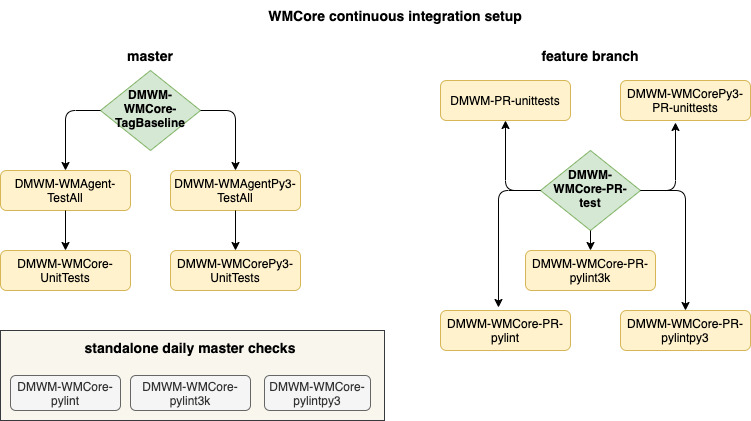
This is doc/wmcore/WMCore_Jenkins.png from dmwm/WMCore, a draw.io export, as it was before one commit. Source tidied: cells renumbered, new cells last; positions are measured from the earlier drawing's top-left corner, leaving out a move shared by most shapes.
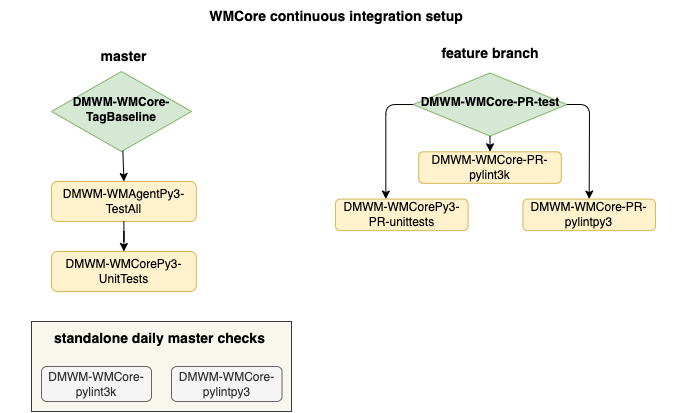
The same diagram one commit later.

Commit message:
Update diagrams and contribution documentation for end of support for Py2

What changed in the source:
```diff
@@ -3,121 +3,82 @@
     <mxCell id="0" />
     <mxCell id="1" parent="0" />
     <mxCell id="2" style="group;" parent="1" vertex="1">
-      <mxGeometry y="40" width="300" height="250" as="geometry" />
+      <mxGeometry x="90" y="40" width="230" height="250" as="geometry" />
     </mxCell>
+    <mxCell id="34" style="group;" parent="2" vertex="1">
+      <mxGeometry x="20" width="144.8" height="250" as="geometry" />
+    </mxCell>
-    <mxCell id="3" value="&lt;b&gt;DMWM-WMCore-TagBaseline&lt;/b&gt;" style="rhombus;whiteSpace=wrap;html=1;shadow=0;fontFamily=Helvetica;fontSize=12;align=center;strokeWidth=1;spacing=6;spacingTop=-4;fillColor=#d5e8d4;strokeColor=#82b366;" parent="2" vertex="1">
-      <mxGeometry x="100" y="30" width="100" height="80" as="geometry" />
+    <mxCell id="3" value="&lt;b&gt;DMWM-WMCore-TagBaseline&lt;/b&gt;" style="rhombus;whiteSpace=wrap;html=1;shadow=0;fontFamily=Helvetica;fontSize=12;align=center;strokeWidth=1;spacing=6;spacingTop=-4;fillColor=#d5e8d4;strokeColor=#82b366;" parent="34" vertex="1">
+      <mxGeometry y="30" width="140" height="80" as="geometry" />
     </mxCell>
-    <mxCell id="4" value="DMWM-WMAgent-TestAll" style="rounded=1;whiteSpace=wrap;html=1;fontSize=12;glass=0;strokeWidth=1;shadow=0;fillColor=#fff2cc;strokeColor=#d6b656;" parent="2" vertex="1">
-      <mxGeometry y="130" width="130" height="40" as="geometry" />
-    </mxCell>
-    <mxCell id="5" value="DMWM-WMAgentPy3-TestAll" style="rounded=1;whiteSpace=wrap;html=1;fontSize=12;glass=0;strokeWidth=1;shadow=0;fillColor=#fff2cc;strokeColor=#d6b656;" parent="2" vertex="1">
-      <mxGeometry x="170" y="130" width="130" height="40" as="geometry" />
+    <mxCell id="5" value="DMWM-WMAgentPy3-TestAll" style="rounded=1;whiteSpace=wrap;html=1;fontSize=12;glass=0;strokeWidth=1;shadow=0;fillColor=#fff2cc;strokeColor=#d6b656;" parent="34" vertex="1">
+      <mxGeometry y="140" width="144.8" height="40" as="geometry" />
     </mxCell>
-    <mxCell id="6" value="DMWM-WMCore-UnitTests" style="rounded=1;whiteSpace=wrap;html=1;fontSize=12;glass=0;strokeWidth=1;shadow=0;fillColor=#fff2cc;strokeColor=#d6b656;" parent="2" vertex="1">
-      <mxGeometry y="210" width="130" height="40" as="geometry" />
-    </mxCell>
-    <mxCell id="7" value="DMWM-WMCorePy3-UnitTests" style="rounded=1;whiteSpace=wrap;html=1;fontSize=12;glass=0;strokeWidth=1;shadow=0;fillColor=#fff2cc;strokeColor=#d6b656;" parent="2" vertex="1">
-      <mxGeometry x="170" y="210" width="130" height="40" as="geometry" />
+    <mxCell id="7" value="DMWM-WMCorePy3-UnitTests" style="rounded=1;whiteSpace=wrap;html=1;fontSize=12;glass=0;strokeWidth=1;shadow=0;fillColor=#fff2cc;strokeColor=#d6b656;" parent="34" vertex="1">
+      <mxGeometry y="210" width="144.8" height="40" as="geometry" />
     </mxCell>
-    <mxCell id="8" value="&lt;b style=&quot;font-size: 14px&quot;&gt;master&lt;/b&gt;" style="text;html=1;strokeColor=none;fillColor=none;align=center;verticalAlign=middle;whiteSpace=wrap;rounded=0;" parent="2" vertex="1">
-      <mxGeometry x="80" width="140" height="30" as="geometry" />
+    <mxCell id="8" value="&lt;b style=&quot;font-size: 14px&quot;&gt;master&lt;/b&gt;" style="text;html=1;strokeColor=none;fillColor=none;align=center;verticalAlign=middle;whiteSpace=wrap;rounded=0;" parent="34" vertex="1">
+      <mxGeometry x="18.7" width="107.3" height="30" as="geometry" />
     </mxCell>
-    <mxCell id="9" style="edgeStyle=orthogonalEdgeStyle;rounded=0;jettySize=auto;html=1;" parent="2" edge="1" source="4" target="6">
-      <mxGeometry relative="1" as="geometry" />
-    </mxCell>
-    <mxCell id="10" style="endArrow=classic;html=1;exitX=0;exitY=0.5;exitDx=0;exitDy=0;entryX=0.5;entryY=0;entryDx=0;entryDy=0;" parent="2" edge="1" source="3" target="4">
-      <mxGeometry relative="1" as="geometry">
-        <Array as="points">
-          <mxPoint x="65" y="70" />
-        </Array>
-      </mxGeometry>
-    </mxCell>
-    <mxCell id="11" style="edgeStyle=orthogonalEdgeStyle;rounded=0;jettySize=auto;html=1;" parent="2" edge="1" source="5" target="7">
+    <mxCell id="11" style="edgeStyle=orthogonalEdgeStyle;rounded=0;jettySize=auto;html=1;" parent="34" edge="1" source="5" target="7">
       <mxGeometry relative="1" as="geometry" />
     </mxCell>
-    <mxCell id="12" style="endArrow=classic;html=1;exitX=1;exitY=0.5;exitDx=0;exitDy=0;entryX=0.5;entryY=0;entryDx=0;entryDy=0;" parent="2" edge="1" source="3" target="5">
-      <mxGeometry relative="1" as="geometry">
-        <Array as="points">
-          <mxPoint x="235" y="70" />
-        </Array>
-      </mxGeometry>
+    <mxCell id="12" style="endArrow=classic;html=1;entryX=0.5;entryY=0;entryDx=0;entryDy=0;" parent="34" edge="1" source="3" target="5">
+      <mxGeometry relative="1" as="geometry" />
     </mxCell>
     <mxCell id="13" style="group;fillColor=#f9f7ed;strokeColor=#36393d;" parent="1" vertex="1">
-      <mxGeometry y="330" width="384" height="90" as="geometry" />
+      <mxGeometry x="90" y="320" width="260" height="90" as="geometry" />
     </mxCell>
     <mxCell id="14" value="DMWM-WMCore-pylint3k" style="rounded=1;whiteSpace=wrap;html=1;fontSize=12;glass=0;strokeWidth=1;shadow=0;fillColor=#f5f5f5;strokeColor=#666666;fontColor=#333333;" parent="13" vertex="1">
-      <mxGeometry x="130" y="45" width="120" height="35" as="geometry" />
+      <mxGeometry x="10" y="45" width="110" height="35" as="geometry" />
     </mxCell>
     <mxCell id="15" value="DMWM-WMCore-pylintpy3" style="rounded=1;whiteSpace=wrap;html=1;fontSize=12;glass=0;strokeWidth=1;shadow=0;fillColor=#f5f5f5;strokeColor=#666666;fontColor=#333333;" parent="13" vertex="1">
-      <mxGeometry x="264" y="45" width="106" height="35" as="geometry" />
+      <mxGeometry x="140" y="45" width="110.5" height="35" as="geometry" />
     </mxCell>
-    <mxCell id="16" value="DMWM-WMCore-pylint" style="rounded=1;whiteSpace=wrap;html=1;fontSize=12;glass=0;strokeWidth=1;shadow=0;fillColor=#f5f5f5;strokeColor=#666666;fontColor=#333333;" parent="13" vertex="1">
-      <mxGeometry x="10" y="45" width="110" height="35" as="geometry" />
-    </mxCell>
     <mxCell id="17" value="&lt;b style=&quot;font-size: 14px&quot;&gt;standalone daily master checks&lt;/b&gt;" style="text;html=1;strokeColor=none;fillColor=none;align=center;verticalAlign=middle;whiteSpace=wrap;rounded=0;" parent="13" vertex="1">
-      <mxGeometry width="380" height="33.8" as="geometry" />
+      <mxGeometry width="257.3" height="33.8" as="geometry" />
     </mxCell>
     <mxCell id="18" style="group;" parent="1" vertex="1">
-      <mxGeometry x="440" y="40" width="310" height="330" as="geometry" />
+      <mxGeometry x="384" y="40" width="340" height="260" as="geometry" />
     </mxCell>
     <mxCell id="19" style="group;" parent="18" vertex="1">
-      <mxGeometry y="40" width="310" height="290" as="geometry" />
+      <mxGeometry y="31.5" width="340" height="228.5" as="geometry" />
     </mxCell>
     <mxCell id="20" style="group;" parent="19" vertex="1">
-      <mxGeometry y="40" width="310" height="250" as="geometry" />
+      <mxGeometry y="-23.6" width="340" height="197" as="geometry" />
     </mxCell>
     <mxCell id="21" value="&lt;strong&gt;DMWM-WMCore-PR-test&lt;/strong&gt;" style="rhombus;whiteSpace=wrap;html=1;shadow=0;fontFamily=Helvetica;fontSize=12;align=center;strokeWidth=1;spacing=6;spacingTop=-4;fillColor=#d5e8d4;strokeColor=#82b366;" parent="20" vertex="1">
-      <mxGeometry x="100" y="30" width="100" height="80" as="geometry" />
+      <mxGeometry x="87.7" y="23.6" width="153.5" height="63" as="geometry" />
     </mxCell>
     <mxCell id="22" value="DMWM-WMCore-PR-pylint3k" style="rounded=1;whiteSpace=wrap;html=1;fontSize=12;glass=0;strokeWidth=1;shadow=0;fillColor=#fff2cc;strokeColor=#d6b656;" parent="20" vertex="1">
-      <mxGeometry x="85" y="130" width="130" height="40" as="geometry" />
+      <mxGeometry x="93.2" y="102.4" width="142.6" height="31.5" as="geometry" />
     </mxCell>
-    <mxCell id="23" value="DMWM-WMCore-PR-pylint" style="rounded=1;whiteSpace=wrap;html=1;fontSize=12;glass=0;strokeWidth=1;shadow=0;fillColor=#fff2cc;strokeColor=#d6b656;" parent="20" vertex="1">
-      <mxGeometry y="190" width="130" height="40" as="geometry" />
-    </mxCell>
     <mxCell id="24" value="DMWM-WMCore-PR-pylintpy3" style="rounded=1;whiteSpace=wrap;html=1;fontSize=12;glass=0;strokeWidth=1;shadow=0;fillColor=#fff2cc;strokeColor=#d6b656;" parent="20" vertex="1">
-      <mxGeometry x="180" y="190" width="130" height="40" as="geometry" />
+      <mxGeometry x="197.4" y="149.7" width="132.6" height="31.5" as="geometry" />
     </mxCell>
     <mxCell id="25" style="endArrow=classic;html=1;exitX=0.5;exitY=1;exitDx=0;exitDy=0;entryX=0.5;entryY=0;entryDx=0;entryDy=0;" parent="20" edge="1" source="21" target="22">
       <mxGeometry relative="1" as="geometry" />
     </mxCell>
-    <mxCell id="26" style="endArrow=classic;html=1;exitX=0;exitY=0.5;exitDx=0;exitDy=0;entryX=0.446;entryY=-0.075;entryDx=0;entryDy=0;entryPerimeter=0;" parent="20" edge="1" source="21" target="23">
-      <mxGeometry relative="1" as="geometry">
-        <Array as="points">
-          <mxPoint x="58" y="70" />
-        </Array>
-      </mxGeometry>
-    </mxCell>
     <mxCell id="27" style="endArrow=classic;html=1;entryX=0.5;entryY=0;entryDx=0;entryDy=0;" parent="20" edge="1" source="21" target="24">
       <mxGeometry relative="1" as="geometry">
         <Array as="points">
-          <mxPoint x="245" y="70" />
+          <mxPoint x="264" y="55.1" />
         </Array>
       </mxGeometry>
     </mxCell>
-    <mxCell id="28" value="DMWM-PR-unittests" style="rounded=1;whiteSpace=wrap;html=1;fontSize=12;glass=0;strokeWidth=1;shadow=0;fillColor=#fff2cc;strokeColor=#d6b656;" parent="19" vertex="1">
-      <mxGeometry width="130" height="40" as="geometry" />
-    </mxCell>
-    <mxCell id="29" style="endArrow=classic;html=1;exitX=0;exitY=0.5;exitDx=0;exitDy=0;entryX=0.5;entryY=1;entryDx=0;entryDy=0;" parent="19" edge="1" source="21" target="28">
-      <mxGeometry relative="1" as="geometry">
-        <Array as="points">
-          <mxPoint x="65" y="110" />
-        </Array>
-      </mxGeometry>
-    </mxCell>
-    <mxCell id="30" value="DMWM-WMCorePy3-PR-unittests" style="rounded=1;whiteSpace=wrap;html=1;fontSize=12;glass=0;strokeWidth=1;shadow=0;fillColor=#fff2cc;strokeColor=#d6b656;" parent="19" vertex="1">
-      <mxGeometry x="180" width="130" height="40" as="geometry" />
+    <mxCell id="30" value="DMWM-WMCorePy3-PR-unittests" style="rounded=1;whiteSpace=wrap;html=1;fontSize=12;glass=0;strokeWidth=1;shadow=0;fillColor=#fff2cc;strokeColor=#d6b656;" parent="20" vertex="1">
+      <mxGeometry x="10" y="149.7" width="132.6" height="31.5" as="geometry" />
     </mxCell>
-    <mxCell id="31" style="endArrow=classic;html=1;exitX=1;exitY=0.5;exitDx=0;exitDy=0;entryX=0.423;entryY=1.05;entryDx=0;entryDy=0;entryPerimeter=0;" parent="19" edge="1" source="21" target="30">
+    <mxCell id="31" style="endArrow=classic;html=1;exitX=0;exitY=0.5;exitDx=0;exitDy=0;" parent="20" edge="1" source="21">
       <mxGeometry relative="1" as="geometry">
+        <mxPoint x="60.3" y="149.7" as="targetPoint" />
         <Array as="points">
-          <mxPoint x="235" y="110" />
+          <mxPoint x="60.3" y="55.2" />
         </Array>
       </mxGeometry>
     </mxCell>
     <mxCell id="32" value="&lt;b style=&quot;font-size: 14px&quot;&gt;feature branch&lt;/b&gt;" style="text;html=1;strokeColor=none;fillColor=none;align=center;verticalAlign=middle;whiteSpace=wrap;rounded=0;" parent="18" vertex="1">
-      <mxGeometry x="80" width="140" height="30" as="geometry" />
+      <mxGeometry x="87.7" width="153.5" height="23.6" as="geometry" />
     </mxCell>
     <mxCell id="33" value="&lt;b&gt;&lt;font style=&quot;font-size: 14px&quot;&gt;WMCore continuous integration setup&lt;/font&gt;&lt;/b&gt;" style="text;html=1;strokeColor=none;fillColor=none;align=center;verticalAlign=middle;whiteSpace=wrap;rounded=0;" parent="1" vertex="1">
       <mxGeometry x="60" width="670" height="30" as="geometry" />
```
